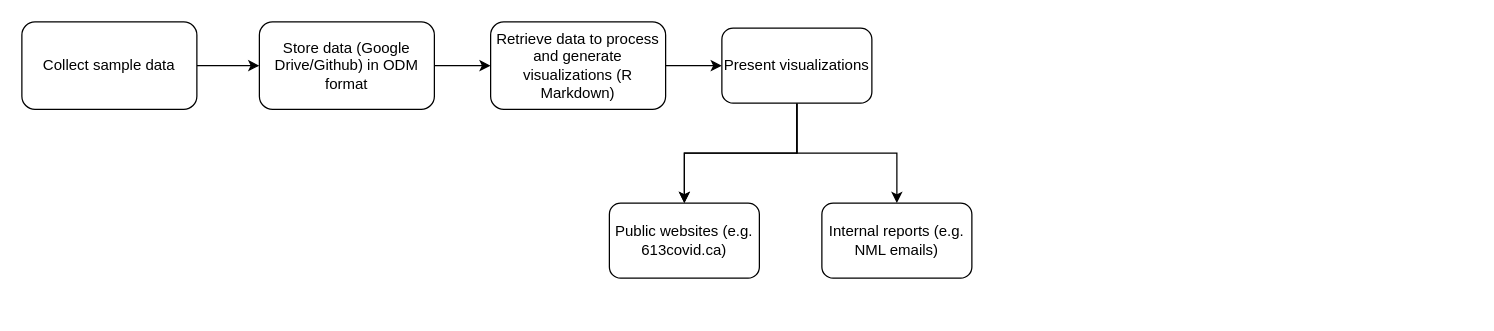
This is ww_workflow.drawio from Big-Life-Lab/PHES-ODM, a draw.io file, before an edit. Source tidied: cells renumbered, new cells numbered last; positions are measured from the earlier drawing's top-left corner, leaving out a move shared by most shapes. Both pictures are drawn from the tidied source at 125%, with x=0, y=0 at pixel (21, 21).
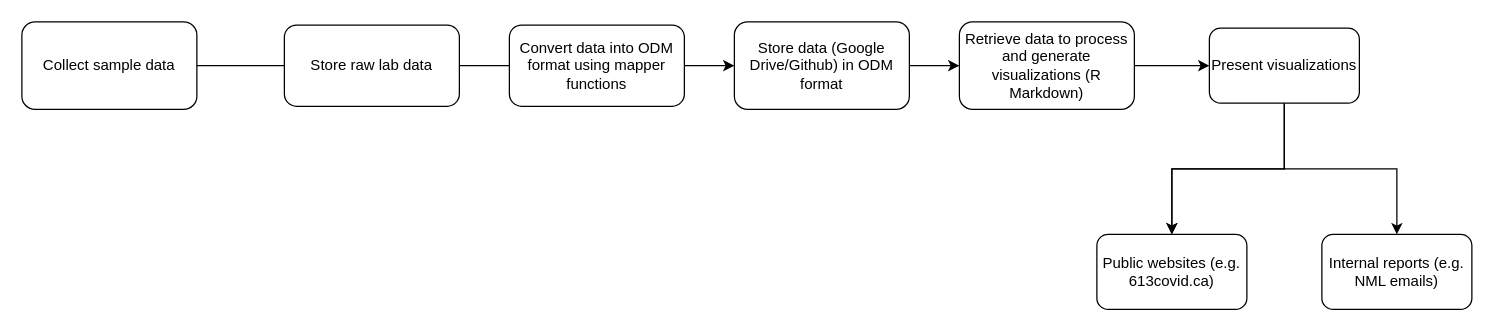
The same page after the edit.

Commit message:
[Refactor] add steps to workflow

Diff of the diagram source:
```diff
@@
 <mxGraphModel>
   <root>
     <mxCell id="0" />
     <mxCell id="1" parent="0" />
-    <mxCell id="2" style="edgeStyle=orthogonalEdgeStyle;rounded=0;jettySize=auto;html=1;" parent="1" edge="1" source="3" target="5">
+    <mxCell id="2" style="edgeStyle=orthogonalEdgeStyle;rounded=0;jettySize=auto;html=1;startArrow=none;" parent="1" edge="1" source="16" target="5">
       <mxGeometry relative="1" as="geometry" />
     </mxCell>
     <mxCell id="3" value="Collect sample data" style="rounded=1;whiteSpace=wrap;html=1;" parent="1" vertex="1">
       <mxGeometry width="140" height="70" as="geometry" />
     </mxCell>
     <mxCell id="4" style="edgeStyle=orthogonalEdgeStyle;rounded=0;jettySize=auto;html=1;" parent="1" edge="1" source="5" target="7">
       <mxGeometry relative="1" as="geometry" />
     </mxCell>
     <mxCell id="5" value="Store data (Google Drive/Github) in ODM format" style="rounded=1;whiteSpace=wrap;html=1;" parent="1" vertex="1">
-      <mxGeometry x="190" width="140" height="70" as="geometry" />
+      <mxGeometry x="570" width="140" height="70" as="geometry" />
     </mxCell>
     <mxCell id="6" style="edgeStyle=orthogonalEdgeStyle;rounded=0;jettySize=auto;html=1;" parent="1" edge="1" source="7" target="11">
       <mxGeometry relative="1" as="geometry" />
     </mxCell>
     <mxCell id="7" value="Retrieve data to process and generate visualizations (R Markdown)" style="rounded=1;whiteSpace=wrap;html=1;" parent="1" vertex="1">
-      <mxGeometry x="375" width="140" height="70" as="geometry" />
+      <mxGeometry x="750" width="140" height="70" as="geometry" />
     </mxCell>
     <mxCell id="8" style="edgeStyle=orthogonalEdgeStyle;rounded=0;jettySize=auto;html=1;" parent="1" edge="1" source="11" target="12">
       <mxGeometry relative="1" as="geometry" />
     </mxCell>
     <mxCell id="9" style="edgeStyle=orthogonalEdgeStyle;rounded=0;jettySize=auto;html=1;" parent="1" edge="1" source="11" target="12">
       <mxGeometry relative="1" as="geometry" />
     </mxCell>
     <mxCell id="10" style="edgeStyle=orthogonalEdgeStyle;rounded=0;jettySize=auto;html=1;" parent="1" edge="1" source="11" target="13">
       <mxGeometry relative="1" as="geometry" />
     </mxCell>
     <mxCell id="11" value="Present visualizations" style="rounded=1;whiteSpace=wrap;html=1;" parent="1" vertex="1">
-      <mxGeometry x="560" y="5" width="120" height="60" as="geometry" />
+      <mxGeometry x="950" y="5" width="120" height="60" as="geometry" />
     </mxCell>
     <mxCell id="12" value="Public websites (e.g. 613covid.ca)" style="rounded=1;whiteSpace=wrap;html=1;" parent="1" vertex="1">
-      <mxGeometry x="470" y="145" width="120" height="60" as="geometry" />
+      <mxGeometry x="860" y="170" width="120" height="60" as="geometry" />
     </mxCell>
     <mxCell id="13" value="Internal reports (e.g. NML emails)" style="whiteSpace=wrap;html=1;rounded=1;" parent="1" vertex="1">
-      <mxGeometry x="640" y="145" width="120" height="60" as="geometry" />
+      <mxGeometry x="1040" y="170" width="120" height="60" as="geometry" />
     </mxCell>
+    <mxCell id="14" value="Store raw lab data" style="rounded=1;whiteSpace=wrap;html=1;" parent="1" vertex="1">
+      <mxGeometry x="210" y="2.5" width="140" height="65" as="geometry" />
+    </mxCell>
+    <mxCell id="15" style="edgeStyle=orthogonalEdgeStyle;rounded=0;jettySize=auto;html=1;endArrow=none;" parent="1" edge="1" source="3" target="14">
+      <mxGeometry relative="1" as="geometry" />
+    </mxCell>
+    <mxCell id="16" value="Convert data into ODM format using mapper functions" style="rounded=1;whiteSpace=wrap;html=1;" parent="1" vertex="1">
+      <mxGeometry x="390" y="2.5" width="140" height="65" as="geometry" />
+    </mxCell>
+    <mxCell id="17" style="edgeStyle=orthogonalEdgeStyle;rounded=0;jettySize=auto;html=1;startArrow=none;endArrow=none;" parent="1" edge="1" source="14" target="16">
+      <mxGeometry relative="1" as="geometry" />
+    </mxCell>
   </root>
 </mxGraphModel>
```
